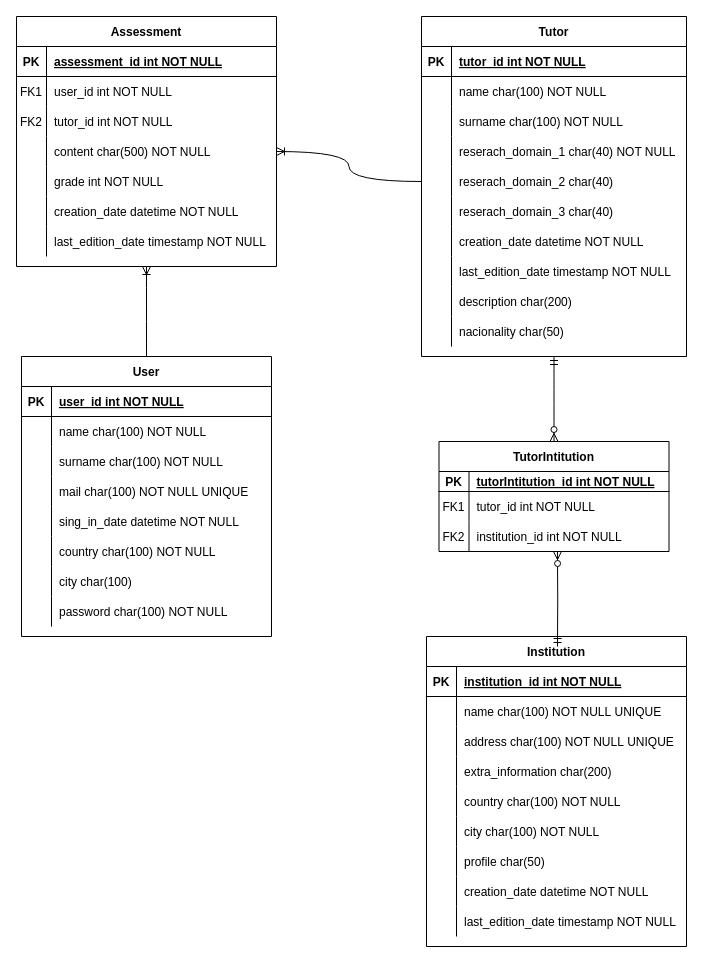
KrzysiekJa/Teacher-competence-positioning-system keeps this draw.io diagram as Untitled Diagram.drawio. Above is the earlier version. Source tidied: cells renumbered, new cells numbered last; positions are measured from the earlier drawing's top-left corner, leaving out a move shared by most shapes. Both pictures are drawn from the tidied source at 100%, with x=0, y=0 at pixel (16, 16).
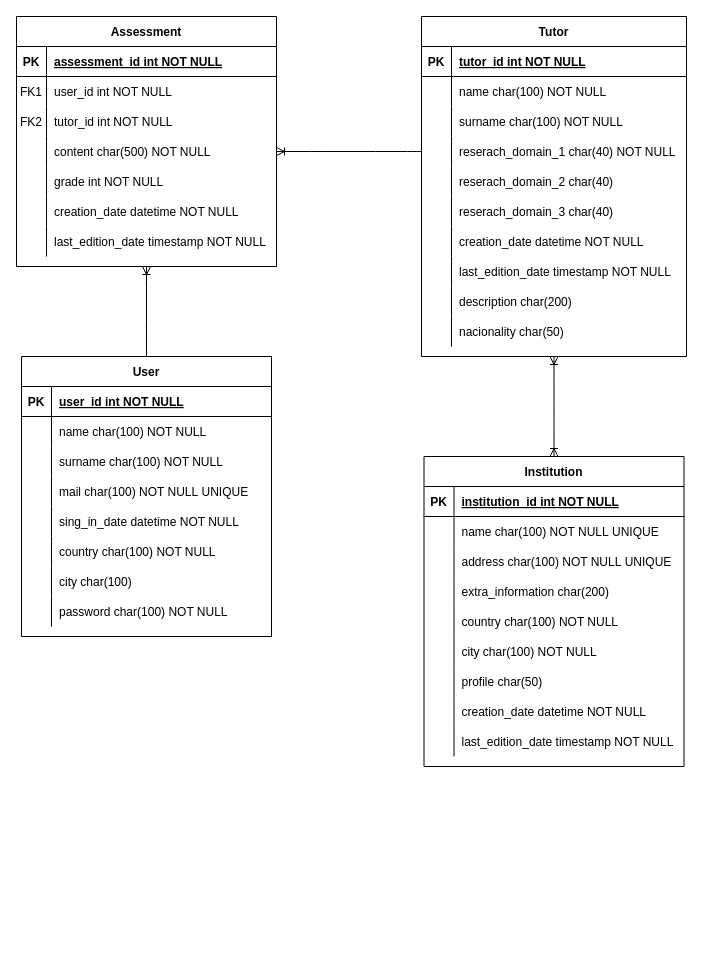
After the change.

The change refers to these unchanged cells:
```xml
<mxCell id="2" value="Tutor" style="shape=table;startSize=30;childLayout=tableLayout;rowLines=0;fontStyle=1;align=center;" parent="1" vertex="1">
  <mxGeometry x="405" width="265" height="340" as="geometry" />
</mxCell>
<mxCell id="12" style="shape=partialRectangle;fillColor=none;points=[[0,0.5],[1,0.5]];portConstraint=eastwest;top=0;left=0;right=0;bottom=0;" parent="2" vertex="1">
  <mxGeometry y="120" width="265" height="30" as="geometry" />
</mxCell>
<mxCell id="15" style="shape=partialRectangle;fillColor=none;points=[[0,0.5],[1,0.5]];portConstraint=eastwest;top=0;left=0;right=0;bottom=0;" parent="2" vertex="1">
  <mxGeometry y="150" width="265" height="30" as="geometry" />
</mxCell>
<mxCell id="68" style="shape=partialRectangle;fillColor=none;points=[[0,0.5],[1,0.5]];portConstraint=eastwest;top=0;left=0;right=0;bottom=0;" parent="58" vertex="1">
  <mxGeometry y="120" width="260" height="30" as="geometry" />
</mxCell>
```

Change to the diagram source:
```diff
@@
     <mxCell id="80" value="Institution" style="shape=table;startSize=30;childLayout=tableLayout;rowLines=0;fontStyle=1;align=center;" parent="1" vertex="1">
-      <mxGeometry x="410" y="620" width="260" height="310" as="geometry" />
+      <mxGeometry x="407.5" y="440" width="260" height="310" as="geometry" />
     </mxCell>
@@
-    <mxCell id="109" value="TutorIntitution" style="shape=table;startSize=30;childLayout=tableLayout;rowLines=0;fontStyle=1;align=center;" parent="1" vertex="1">
-      <mxGeometry x="422.5" y="425" width="230" height="110" as="geometry" />
-    </mxCell>
-    <mxCell id="110" style="shape=tableRow;horizontal=0;startSize=0;swimlaneHead=0;swimlaneBody=0;fillColor=none;top=0;left=0;right=0;bottom=1;" parent="109" vertex="1">
-      <mxGeometry y="30" width="230" height="20" as="geometry" />
-    </mxCell>
-    <mxCell id="111" value="PK" style="shape=partialRectangle;fillColor=none;top=0;left=0;bottom=0;right=0;fontStyle=1;overflow=hidden;" parent="110" vertex="1">
-      <mxGeometry width="30" height="20" as="geometry" />
-    </mxCell>
-    <mxCell id="112" value="tutorIntitution_id int NOT NULL" style="shape=partialRectangle;fillColor=none;top=0;left=0;bottom=0;right=0;align=left;spacingLeft=6;fontStyle=5;overflow=hidden;" parent="110" vertex="1">
-      <mxGeometry x="30" width="200" height="20" as="geometry" />
-    </mxCell>
-    <mxCell id="113" style="shape=tableRow;horizontal=0;startSize=0;swimlaneHead=0;swimlaneBody=0;fillColor=none;top=0;left=0;right=0;bottom=0;" parent="109" vertex="1">
-      <mxGeometry y="50" width="230" height="30" as="geometry" />
-    </mxCell>
-    <mxCell id="114" value="FK1" style="shape=partialRectangle;fillColor=none;top=0;left=0;bottom=0;right=0;overflow=hidden;" parent="113" vertex="1">
-      <mxGeometry width="30" height="30" as="geometry" />
-    </mxCell>
-    <mxCell id="115" value="tutor_id int NOT NULL" style="shape=partialRectangle;fillColor=none;top=0;left=0;bottom=0;right=0;align=left;spacingLeft=6;overflow=hidden;" parent="113" vertex="1">
-      <mxGeometry x="30" width="200" height="30" as="geometry" />
-    </mxCell>
-    <mxCell id="116" style="shape=tableRow;horizontal=0;startSize=0;swimlaneHead=0;swimlaneBody=0;fillColor=none;points=[[0,0.5],[1,0.5]];portConstraint=eastwest;top=0;left=0;right=0;bottom=0;" parent="109" vertex="1">
-      <mxGeometry y="80" width="230" height="30" as="geometry" />
-    </mxCell>
-    <mxCell id="117" value="FK2" style="shape=partialRectangle;fillColor=none;top=0;left=0;bottom=0;right=0;overflow=hidden;" parent="116" vertex="1">
-      <mxGeometry width="30" height="30" as="geometry" />
-    </mxCell>
-    <mxCell id="118" value="institution_id int NOT NULL" style="shape=partialRectangle;fillColor=none;top=0;left=0;bottom=0;right=0;align=left;spacingLeft=6;overflow=hidden;" parent="116" vertex="1">
-      <mxGeometry x="30" width="200" height="30" as="geometry" />
-    </mxCell>
-    <mxCell id="119" style="edgeStyle=orthogonalEdgeStyle;fontSize=12;html=1;endArrow=ERzeroToMany;startArrow=ERmandOne;rounded=0;curved=1;entryX=0.5;entryY=0;entryDx=0;entryDy=0;exitX=0.5;exitY=1;exitDx=0;exitDy=0;" parent="1" edge="1" source="2" target="109">
-      <mxGeometry relative="1" as="geometry" />
-    </mxCell>
-    <mxCell id="120" style="edgeStyle=orthogonalEdgeStyle;fontSize=12;html=1;endArrow=ERzeroToMany;startArrow=ERmandOne;rounded=0;curved=1;entryX=0.515;entryY=1;entryDx=0;entryDy=0;entryPerimeter=0;" parent="1" edge="1" target="116">
-      <mxGeometry relative="1" as="geometry">
-        <mxPoint x="541" y="630" as="sourcePoint" />
-      </mxGeometry>
-    </mxCell>
-    <mxCell id="121" style="edgeStyle=orthogonalEdgeStyle;fontSize=12;html=1;endArrow=ERoneToMany;rounded=0;entryX=1;entryY=0.5;entryDx=0;entryDy=0;exitX=0;exitY=0.5;exitDx=0;exitDy=0;curved=1;" parent="1" edge="1" source="15" target="68">
+    <mxCell id="121" style="edgeStyle=orthogonalEdgeStyle;fontSize=12;html=1;endArrow=ERoneToMany;rounded=0;entryX=1;entryY=0.5;entryDx=0;entryDy=0;exitX=0;exitY=0.5;exitDx=0;exitDy=0;curved=1;" parent="1" edge="1" source="12" target="68">
       <mxGeometry relative="1" as="geometry" />
     </mxCell>
+    <mxCell id="122" style="edgeStyle=orthogonalEdgeStyle;fontSize=12;html=1;endArrow=ERoneToMany;rounded=0;exitX=0.5;exitY=0;exitDx=0;exitDy=0;curved=1;entryX=0.5;entryY=1;entryDx=0;entryDy=0;startArrow=ERoneToMany;startFill=0;" parent="1" edge="1" source="80" target="2">
+      <mxGeometry relative="1" as="geometry" />
+    </mxCell>
```
